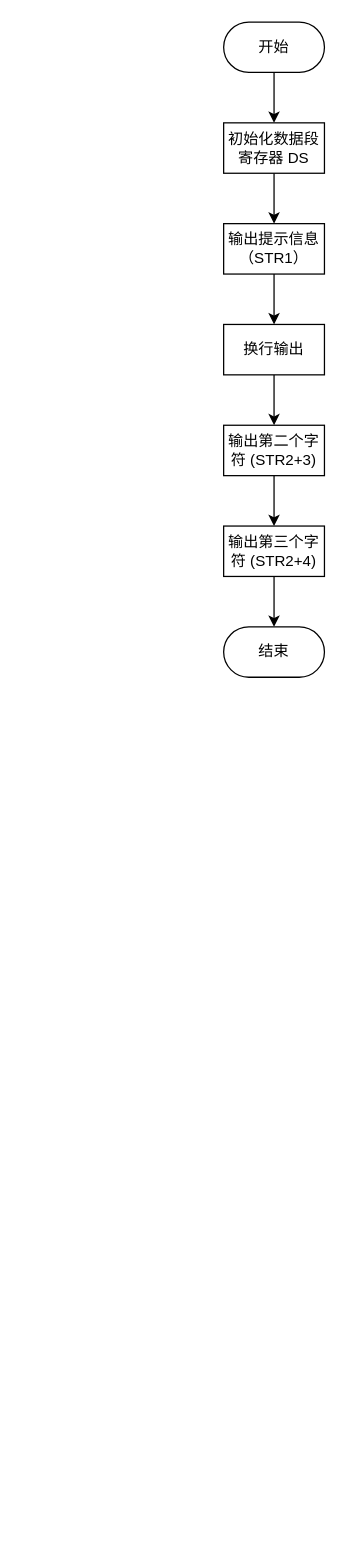
The draw.io diagram drawio/asm.drawio in ygkldnherr/ygkldnherr.github.io, before the edit. Source tidied: cells renumbered, new cells numbered last; positions are measured from the earlier drawing's top-left corner, leaving out a move shared by most shapes. Both pictures are drawn from the tidied source at 126%, with x=0, y=0 at pixel (223, 21).
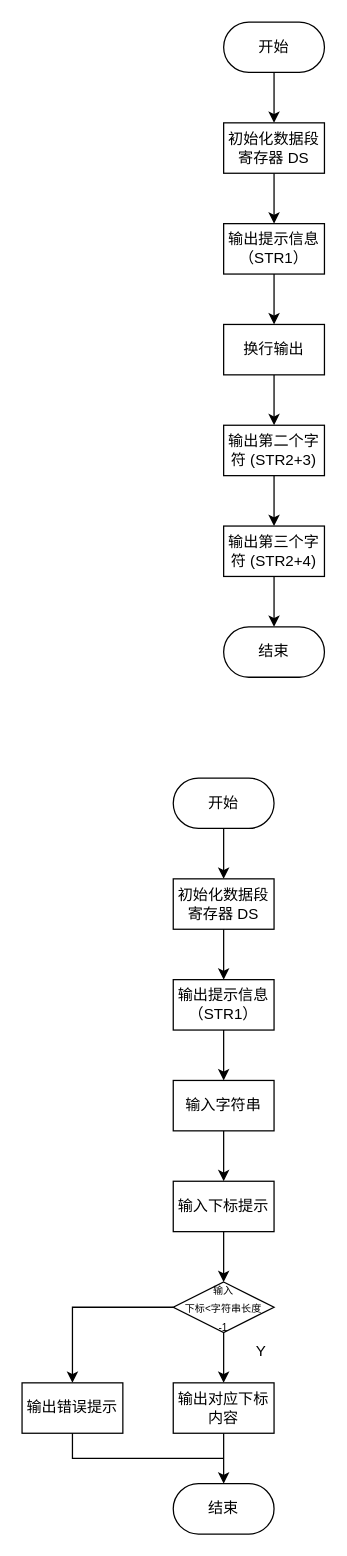
After the change.

Diff of the diagram source:
```diff
@@
+    <mxCell id="15" style="edgeStyle=orthogonalEdgeStyle;rounded=0;jettySize=auto;html=1;entryX=0.5;entryY=0;entryDx=0;entryDy=0;" parent="1" edge="1" source="16" target="18">
+      <mxGeometry relative="1" as="geometry" />
+    </mxCell>
+    <mxCell id="16" value="开始" style="rounded=1;whiteSpace=wrap;html=1;arcSize=50;" parent="1" vertex="1">
+      <mxGeometry x="-40" y="600" width="80" height="40" as="geometry" />
+    </mxCell>
+    <mxCell id="17" style="edgeStyle=orthogonalEdgeStyle;rounded=0;jettySize=auto;html=1;entryX=0.5;entryY=0;entryDx=0;entryDy=0;" parent="1" edge="1" source="18" target="19">
+      <mxGeometry relative="1" as="geometry" />
+    </mxCell>
+    <mxCell id="18" value="初始化数据段寄存器 DS" style="rounded=0;whiteSpace=wrap;html=1;" parent="1" vertex="1">
+      <mxGeometry x="-40" y="680" width="80" height="40" as="geometry" />
+    </mxCell>
+    <mxCell id="19" value="输出提示信息（STR1）" style="rounded=0;whiteSpace=wrap;html=1;" parent="1" vertex="1">
+      <mxGeometry x="-40" y="760" width="80" height="40" as="geometry" />
+    </mxCell>
+    <mxCell id="20" style="edgeStyle=orthogonalEdgeStyle;rounded=0;jettySize=auto;html=1;entryX=0.5;entryY=0;entryDx=0;entryDy=0;" parent="1" edge="1" source="21" target="24">
+      <mxGeometry relative="1" as="geometry" />
+    </mxCell>
+    <mxCell id="21" value="输入字符串" style="rounded=0;whiteSpace=wrap;html=1;" parent="1" vertex="1">
+      <mxGeometry x="-40" y="840" width="80" height="40" as="geometry" />
+    </mxCell>
+    <mxCell id="22" style="edgeStyle=orthogonalEdgeStyle;rounded=0;jettySize=auto;html=1;entryX=0.5;entryY=0;entryDx=0;entryDy=0;" parent="1" edge="1" source="19" target="21">
+      <mxGeometry relative="1" as="geometry" />
+    </mxCell>
+    <mxCell id="23" style="edgeStyle=orthogonalEdgeStyle;rounded=0;jettySize=auto;html=1;" parent="1" edge="1" source="24" target="27">
+      <mxGeometry relative="1" as="geometry" />
+    </mxCell>
+    <mxCell id="24" value="输入下标提示" style="rounded=0;whiteSpace=wrap;html=1;" parent="1" vertex="1">
+      <mxGeometry x="-40" y="920" width="80" height="40" as="geometry" />
+    </mxCell>
+    <mxCell id="25" style="edgeStyle=orthogonalEdgeStyle;rounded=0;jettySize=auto;html=1;" parent="1" edge="1" source="27">
+      <mxGeometry relative="1" as="geometry">
+        <mxPoint y="1080" as="targetPoint" />
+      </mxGeometry>
+    </mxCell>
+    <mxCell id="26" style="edgeStyle=orthogonalEdgeStyle;rounded=0;jettySize=auto;html=1;entryX=0.5;entryY=0;entryDx=0;entryDy=0;" parent="1" edge="1" source="27" target="32">
+      <mxGeometry relative="1" as="geometry" />
+    </mxCell>
+    <mxCell id="27" value="&lt;font style=&quot;font-size: 8px;&quot;&gt;输入&lt;/font&gt;&lt;div&gt;&lt;font style=&quot;font-size: 8px;&quot;&gt;下&lt;/font&gt;&lt;font style=&quot;background-color: initial; font-size: 8px;&quot;&gt;标&amp;lt;字符串长&lt;/font&gt;&lt;span style=&quot;background-color: initial; font-size: 8px;&quot;&gt;度&lt;/span&gt;&lt;div&gt;&lt;span style=&quot;font-size: 8px; background-color: initial;&quot;&gt;-1&lt;/span&gt;&lt;/div&gt;&lt;/div&gt;" style="rhombus;whiteSpace=wrap;html=1;" parent="1" vertex="1">
+      <mxGeometry x="-40" y="1000" width="80" height="40" as="geometry" />
+    </mxCell>
+    <mxCell id="28" style="edgeStyle=orthogonalEdgeStyle;rounded=0;jettySize=auto;html=1;entryX=0.5;entryY=0;entryDx=0;entryDy=0;" parent="1" edge="1" source="29" target="30">
+      <mxGeometry relative="1" as="geometry" />
+    </mxCell>
+    <mxCell id="29" value="输出对应下标内容" style="rounded=0;whiteSpace=wrap;html=1;" parent="1" vertex="1">
+      <mxGeometry x="-40" y="1080" width="80" height="40" as="geometry" />
+    </mxCell>
+    <mxCell id="30" value="结束" style="rounded=1;whiteSpace=wrap;html=1;arcSize=50;" parent="1" vertex="1">
+      <mxGeometry x="-40" y="1160" width="80" height="40" as="geometry" />
+    </mxCell>
+    <mxCell id="31" value="Y" style="text;html=1;align=center;verticalAlign=middle;whiteSpace=wrap;rounded=0;" parent="1" vertex="1">
+      <mxGeometry y="1040" width="60" height="30" as="geometry" />
+    </mxCell>
+    <mxCell id="32" value="输出错误提示" style="rounded=0;whiteSpace=wrap;html=1;" parent="1" vertex="1">
+      <mxGeometry x="-160" y="1080" width="80" height="40" as="geometry" />
+    </mxCell>
+    <mxCell id="33" style="endArrow=none;html=1;rounded=0;exitX=0.5;exitY=1;exitDx=0;exitDy=0;" parent="1" edge="1" source="32">
+      <mxGeometry relative="1" as="geometry">
+        <mxPoint y="1140" as="targetPoint" />
+        <Array as="points">
+          <mxPoint x="-120" y="1140" />
+        </Array>
+      </mxGeometry>
+    </mxCell>
```
